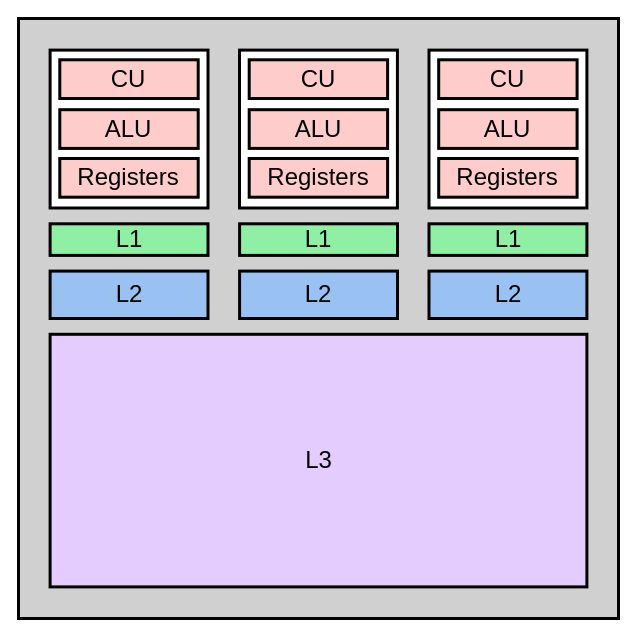
The draw.io diagram Presentation/Figs/Source/CPUs_core_layout.drawio in scrufulufugus/tdr-inverse-materials, before the edit. Source tidied: cells renumbered, new cells numbered last; positions are measured from the earlier drawing's top-left corner, leaving out a move shared by most shapes. Both pictures are drawn from the tidied source at 100%, with x=0, y=0 at pixel (18, 18).
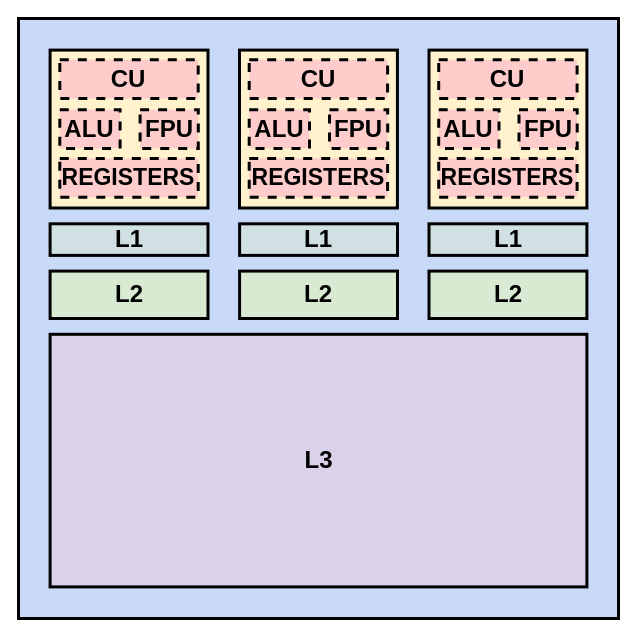
Above is the later version.

What changed in the source:
```diff
@@
-    <mxCell id="2" style="group;fontFamily=DMCA Sans Serif;" parent="1" vertex="1">
+    <mxCell id="2" style="group;fontFamily=DMCA Sans Serif;fontStyle=1;" parent="1" vertex="1">
       <mxGeometry width="600" height="600" as="geometry" />
     </mxCell>
-    <mxCell id="3" style="rounded=0;whiteSpace=wrap;html=1;strokeWidth=3;fontFamily=DMCA Sans Serif;fontSize=24;fillColor=#D0D0D0;" parent="2" vertex="1">
+    <mxCell id="3" style="rounded=0;whiteSpace=wrap;html=1;strokeWidth=3;fontFamily=DMCA Sans Serif;fontSize=24;fillColor=#C9DAF8;fontStyle=1;" parent="2" vertex="1">
       <mxGeometry width="600" height="600" as="geometry" />
     </mxCell>
-    <mxCell id="4" value="L1" style="rounded=0;whiteSpace=wrap;html=1;strokeWidth=3;fillColor=#8ff0a4;fontFamily=DMCA Sans Serif;fontSize=24;" parent="2" vertex="1">
+    <mxCell id="4" value="L1" style="rounded=0;whiteSpace=wrap;html=1;strokeWidth=3;fillColor=#D0E0E3;fontFamily=DMCA Sans Serif;fontSize=24;fontStyle=1;" parent="2" vertex="1">
       <mxGeometry x="31.6" y="205.3" width="157.9" height="31.6" as="geometry" />
     </mxCell>
-    <mxCell id="5" value="L1" style="rounded=0;whiteSpace=wrap;html=1;strokeWidth=3;fillColor=#8ff0a4;fontFamily=DMCA Sans Serif;fontSize=24;" parent="2" vertex="1">
+    <mxCell id="5" value="L1" style="rounded=0;whiteSpace=wrap;html=1;strokeWidth=3;fillColor=#D0E0E3;fontFamily=DMCA Sans Serif;fontSize=24;fontStyle=1;" parent="2" vertex="1">
       <mxGeometry x="221.1" y="205.3" width="157.9" height="31.6" as="geometry" />
     </mxCell>
-    <mxCell id="6" value="L1" style="rounded=0;whiteSpace=wrap;html=1;strokeWidth=3;fillColor=#8ff0a4;fontFamily=DMCA Sans Serif;fontSize=24;" parent="2" vertex="1">
+    <mxCell id="6" value="L1" style="rounded=0;whiteSpace=wrap;html=1;strokeWidth=3;fillColor=#D0E0E3;fontFamily=DMCA Sans Serif;fontSize=24;fontStyle=1;" parent="2" vertex="1">
       <mxGeometry x="410.5" y="205.3" width="157.9" height="31.6" as="geometry" />
     </mxCell>
-    <mxCell id="7" value="L2" style="rounded=0;whiteSpace=wrap;html=1;strokeWidth=3;fillColor=#99c1f1;fontFamily=DMCA Sans Serif;fontSize=24;" parent="2" vertex="1">
+    <mxCell id="7" value="L2" style="rounded=0;whiteSpace=wrap;html=1;strokeWidth=3;fillColor=#D9EAD3;fontFamily=DMCA Sans Serif;fontSize=24;fontStyle=1;" parent="2" vertex="1">
       <mxGeometry x="31.6" y="252.6" width="157.9" height="47.4" as="geometry" />
     </mxCell>
-    <mxCell id="8" value="L2" style="rounded=0;whiteSpace=wrap;html=1;strokeWidth=3;fillColor=#99c1f1;fontFamily=DMCA Sans Serif;fontSize=24;" parent="2" vertex="1">
+    <mxCell id="8" value="L2" style="rounded=0;whiteSpace=wrap;html=1;strokeWidth=3;fillColor=#D9EAD3;fontFamily=DMCA Sans Serif;fontSize=24;fontStyle=1;" parent="2" vertex="1">
       <mxGeometry x="221.1" y="252.6" width="157.9" height="47.4" as="geometry" />
     </mxCell>
-    <mxCell id="9" value="L2" style="rounded=0;whiteSpace=wrap;html=1;strokeWidth=3;fillColor=#99c1f1;fontFamily=DMCA Sans Serif;fontSize=24;" parent="2" vertex="1">
+    <mxCell id="9" value="L2" style="rounded=0;whiteSpace=wrap;html=1;strokeWidth=3;fillColor=#D9EAD3;fontFamily=DMCA Sans Serif;fontSize=24;fontStyle=1;" parent="2" vertex="1">
       <mxGeometry x="410.5" y="252.6" width="157.9" height="47.4" as="geometry" />
     </mxCell>
-    <mxCell id="10" value="L3" style="rounded=0;whiteSpace=wrap;html=1;strokeWidth=3;fillColor=#E5CCFF;fontFamily=DMCA Sans Serif;fontSize=24;" parent="2" vertex="1">
+    <mxCell id="10" value="L3" style="rounded=0;whiteSpace=wrap;html=1;strokeWidth=3;fillColor=#D9D2E9;fontFamily=DMCA Sans Serif;fontSize=24;fontStyle=1;" parent="2" vertex="1">
       <mxGeometry x="31.6" y="315.8" width="536.8" height="252.6" as="geometry" />
     </mxCell>
-    <mxCell id="11" style="group;fontFamily=DMCA Sans Serif;" parent="2" vertex="1">
+    <mxCell id="11" style="group;fontFamily=DMCA Sans Serif;fontStyle=1;" parent="2" vertex="1">
       <mxGeometry x="410.5" y="31.6" width="157.9" height="157.9" as="geometry" />
     </mxCell>
-    <mxCell id="12" style="rounded=0;whiteSpace=wrap;html=1;strokeWidth=3;fillColor=#FFFFFF;fontFamily=DMCA Sans Serif;fontSize=24;" parent="11" vertex="1">
+    <mxCell id="12" style="rounded=0;whiteSpace=wrap;html=1;strokeWidth=3;fillColor=#FFF2CC;fontFamily=DMCA Sans Serif;fontSize=24;fontStyle=1;" parent="11" vertex="1">
       <mxGeometry width="157.9" height="157.9" as="geometry" />
     </mxCell>
-    <mxCell id="13" value="CU" style="rounded=0;whiteSpace=wrap;html=1;strokeWidth=3;fillColor=#FFCCCC;fontFamily=DMCA Sans Serif;fontSize=24;" parent="11" vertex="1">
+    <mxCell id="13" value="CU" style="rounded=0;whiteSpace=wrap;html=1;strokeWidth=3;fillColor=#FFCCCC;fontFamily=DMCA Sans Serif;fontSize=24;dashed=1;fontStyle=1;" parent="11" vertex="1">
       <mxGeometry x="9.7" y="9.7" width="138.4" height="38.7" as="geometry" />
     </mxCell>
-    <mxCell id="14" value="ALU" style="rounded=0;whiteSpace=wrap;html=1;strokeWidth=3;fillColor=#FFCCCC;fontFamily=DMCA Sans Serif;fontSize=24;" parent="11" vertex="1">
-      <mxGeometry x="9.7" y="59.6" width="138.4" height="38.7" as="geometry" />
-    </mxCell>
-    <mxCell id="15" value="Registers" style="rounded=0;whiteSpace=wrap;html=1;strokeWidth=3;fillColor=#FFCCCC;fontFamily=DMCA Sans Serif;fontSize=24;" parent="11" vertex="1">
+    <mxCell id="15" value="REGISTERS" style="rounded=0;whiteSpace=wrap;html=1;strokeWidth=3;fillColor=#FFCCCC;fontFamily=DMCA Sans Serif;fontSize=23;dashed=1;fontStyle=1;" parent="11" vertex="1">
       <mxGeometry x="9.7" y="108.4" width="138.4" height="38.7" as="geometry" />
     </mxCell>
+    <mxCell id="26" value="ALU" style="rounded=0;whiteSpace=wrap;html=1;strokeWidth=3;fillColor=#FFCCCC;fontFamily=DMCA Sans Serif;fontSize=24;dashed=1;fontStyle=1;" parent="11" vertex="1">
+      <mxGeometry x="9.7" y="59.6" width="60.3" height="38.7" as="geometry" />
+    </mxCell>
+    <mxCell id="27" value="FPU" style="rounded=0;whiteSpace=wrap;html=1;strokeWidth=3;fillColor=#FFCCCC;fontFamily=DMCA Sans Serif;fontSize=24;dashed=1;fontStyle=1;" parent="11" vertex="1">
+      <mxGeometry x="90" y="59.6" width="58.2" height="38.7" as="geometry" />
+    </mxCell>
-    <mxCell id="16" style="group;fontFamily=DMCA Sans Serif;" parent="2" vertex="1">
+    <mxCell id="16" style="group;fontFamily=DMCA Sans Serif;fontStyle=1;" parent="2" vertex="1">
       <mxGeometry x="221" y="31.6" width="157.9" height="157.9" as="geometry" />
     </mxCell>
-    <mxCell id="17" style="rounded=0;whiteSpace=wrap;html=1;strokeWidth=3;fillColor=#FFFFFF;fontFamily=DMCA Sans Serif;fontSize=24;" parent="16" vertex="1">
+    <mxCell id="17" style="rounded=0;whiteSpace=wrap;html=1;strokeWidth=3;fillColor=#FFF2CC;fontFamily=DMCA Sans Serif;fontSize=24;fontStyle=1;" parent="16" vertex="1">
       <mxGeometry width="157.9" height="157.9" as="geometry" />
     </mxCell>
-    <mxCell id="18" value="CU" style="rounded=0;whiteSpace=wrap;html=1;strokeWidth=3;fillColor=#FFCCCC;fontFamily=DMCA Sans Serif;fontSize=24;" parent="16" vertex="1">
+    <mxCell id="18" value="CU" style="rounded=0;whiteSpace=wrap;html=1;strokeWidth=3;fillColor=#FFCCCC;fontFamily=DMCA Sans Serif;fontSize=24;dashed=1;fontStyle=1;" parent="16" vertex="1">
       <mxGeometry x="9.7" y="9.7" width="138.4" height="38.7" as="geometry" />
     </mxCell>
-    <mxCell id="19" value="ALU" style="rounded=0;whiteSpace=wrap;html=1;strokeWidth=3;fillColor=#FFCCCC;fontFamily=DMCA Sans Serif;fontSize=24;" parent="16" vertex="1">
-      <mxGeometry x="9.7" y="59.6" width="138.4" height="38.7" as="geometry" />
-    </mxCell>
-    <mxCell id="20" value="Registers" style="rounded=0;whiteSpace=wrap;html=1;strokeWidth=3;fillColor=#FFCCCC;fontFamily=DMCA Sans Serif;fontSize=24;" parent="16" vertex="1">
+    <mxCell id="20" value="REGISTERS" style="rounded=0;whiteSpace=wrap;html=1;strokeWidth=3;fillColor=#FFCCCC;fontFamily=DMCA Sans Serif;fontSize=23;dashed=1;fontStyle=1;" parent="16" vertex="1">
       <mxGeometry x="9.7" y="108.4" width="138.4" height="38.7" as="geometry" />
     </mxCell>
+    <mxCell id="28" value="ALU" style="rounded=0;whiteSpace=wrap;html=1;strokeWidth=3;fillColor=#FFCCCC;fontFamily=DMCA Sans Serif;fontSize=24;dashed=1;fontStyle=1;" parent="16" vertex="1">
+      <mxGeometry x="9.7" y="59.6" width="60.3" height="38.7" as="geometry" />
+    </mxCell>
+    <mxCell id="29" value="FPU" style="rounded=0;whiteSpace=wrap;html=1;strokeWidth=3;fillColor=#FFCCCC;fontFamily=DMCA Sans Serif;fontSize=24;dashed=1;fontStyle=1;" parent="16" vertex="1">
+      <mxGeometry x="90" y="59.6" width="58.2" height="38.7" as="geometry" />
+    </mxCell>
-    <mxCell id="21" style="group;fontFamily=DMCA Sans Serif;" parent="2" vertex="1">
+    <mxCell id="21" style="group;fontFamily=DMCA Sans Serif;fontStyle=1;" parent="2" vertex="1">
       <mxGeometry x="31.6" y="31.6" width="157.9" height="157.9" as="geometry" />
     </mxCell>
-    <mxCell id="22" style="rounded=0;whiteSpace=wrap;html=1;strokeWidth=3;fillColor=#FFFFFF;fontFamily=DMCA Sans Serif;fontSize=24;" parent="21" vertex="1">
+    <mxCell id="22" style="rounded=0;whiteSpace=wrap;html=1;strokeWidth=3;fillColor=#FFF2CC;fontFamily=DMCA Sans Serif;fontSize=24;fontStyle=1;" parent="21" vertex="1">
       <mxGeometry width="157.9" height="157.9" as="geometry" />
     </mxCell>
-    <mxCell id="23" value="CU" style="rounded=0;whiteSpace=wrap;html=1;strokeWidth=3;fillColor=#FFCCCC;fontFamily=DMCA Sans Serif;fontSize=24;" parent="21" vertex="1">
+    <mxCell id="23" value="CU" style="rounded=0;whiteSpace=wrap;html=1;strokeWidth=3;fillColor=#FFCCCC;fontFamily=DMCA Sans Serif;fontSize=24;dashed=1;fontStyle=1;" parent="21" vertex="1">
       <mxGeometry x="9.7" y="9.7" width="138.4" height="38.7" as="geometry" />
     </mxCell>
-    <mxCell id="24" value="ALU" style="rounded=0;whiteSpace=wrap;html=1;strokeWidth=3;fillColor=#FFCCCC;fontFamily=DMCA Sans Serif;fontSize=24;" parent="21" vertex="1">
-      <mxGeometry x="9.7" y="59.6" width="138.4" height="38.7" as="geometry" />
+    <mxCell id="24" value="ALU" style="rounded=0;whiteSpace=wrap;html=1;strokeWidth=3;fillColor=#FFCCCC;fontFamily=DMCA Sans Serif;fontSize=24;dashed=1;fontStyle=1;" parent="21" vertex="1">
+      <mxGeometry x="9.7" y="59.6" width="60.3" height="38.7" as="geometry" />
     </mxCell>
-    <mxCell id="25" value="Registers" style="rounded=0;whiteSpace=wrap;html=1;strokeWidth=3;fillColor=#FFCCCC;fontFamily=DMCA Sans Serif;fontSize=24;" parent="21" vertex="1">
+    <mxCell id="25" value="REGISTERS" style="rounded=0;whiteSpace=wrap;html=1;strokeWidth=3;fillColor=#FFCCCC;fontFamily=DMCA Sans Serif;fontSize=23;dashed=1;fontStyle=1;" parent="21" vertex="1">
       <mxGeometry x="9.7" y="108.4" width="138.4" height="38.7" as="geometry" />
     </mxCell>
+    <mxCell id="30" value="FPU" style="rounded=0;whiteSpace=wrap;html=1;strokeWidth=3;fillColor=#FFCCCC;fontFamily=DMCA Sans Serif;fontSize=24;dashed=1;fontStyle=1;" parent="21" vertex="1">
+      <mxGeometry x="90" y="59.6" width="58.2" height="38.7" as="geometry" />
+    </mxCell>
```
